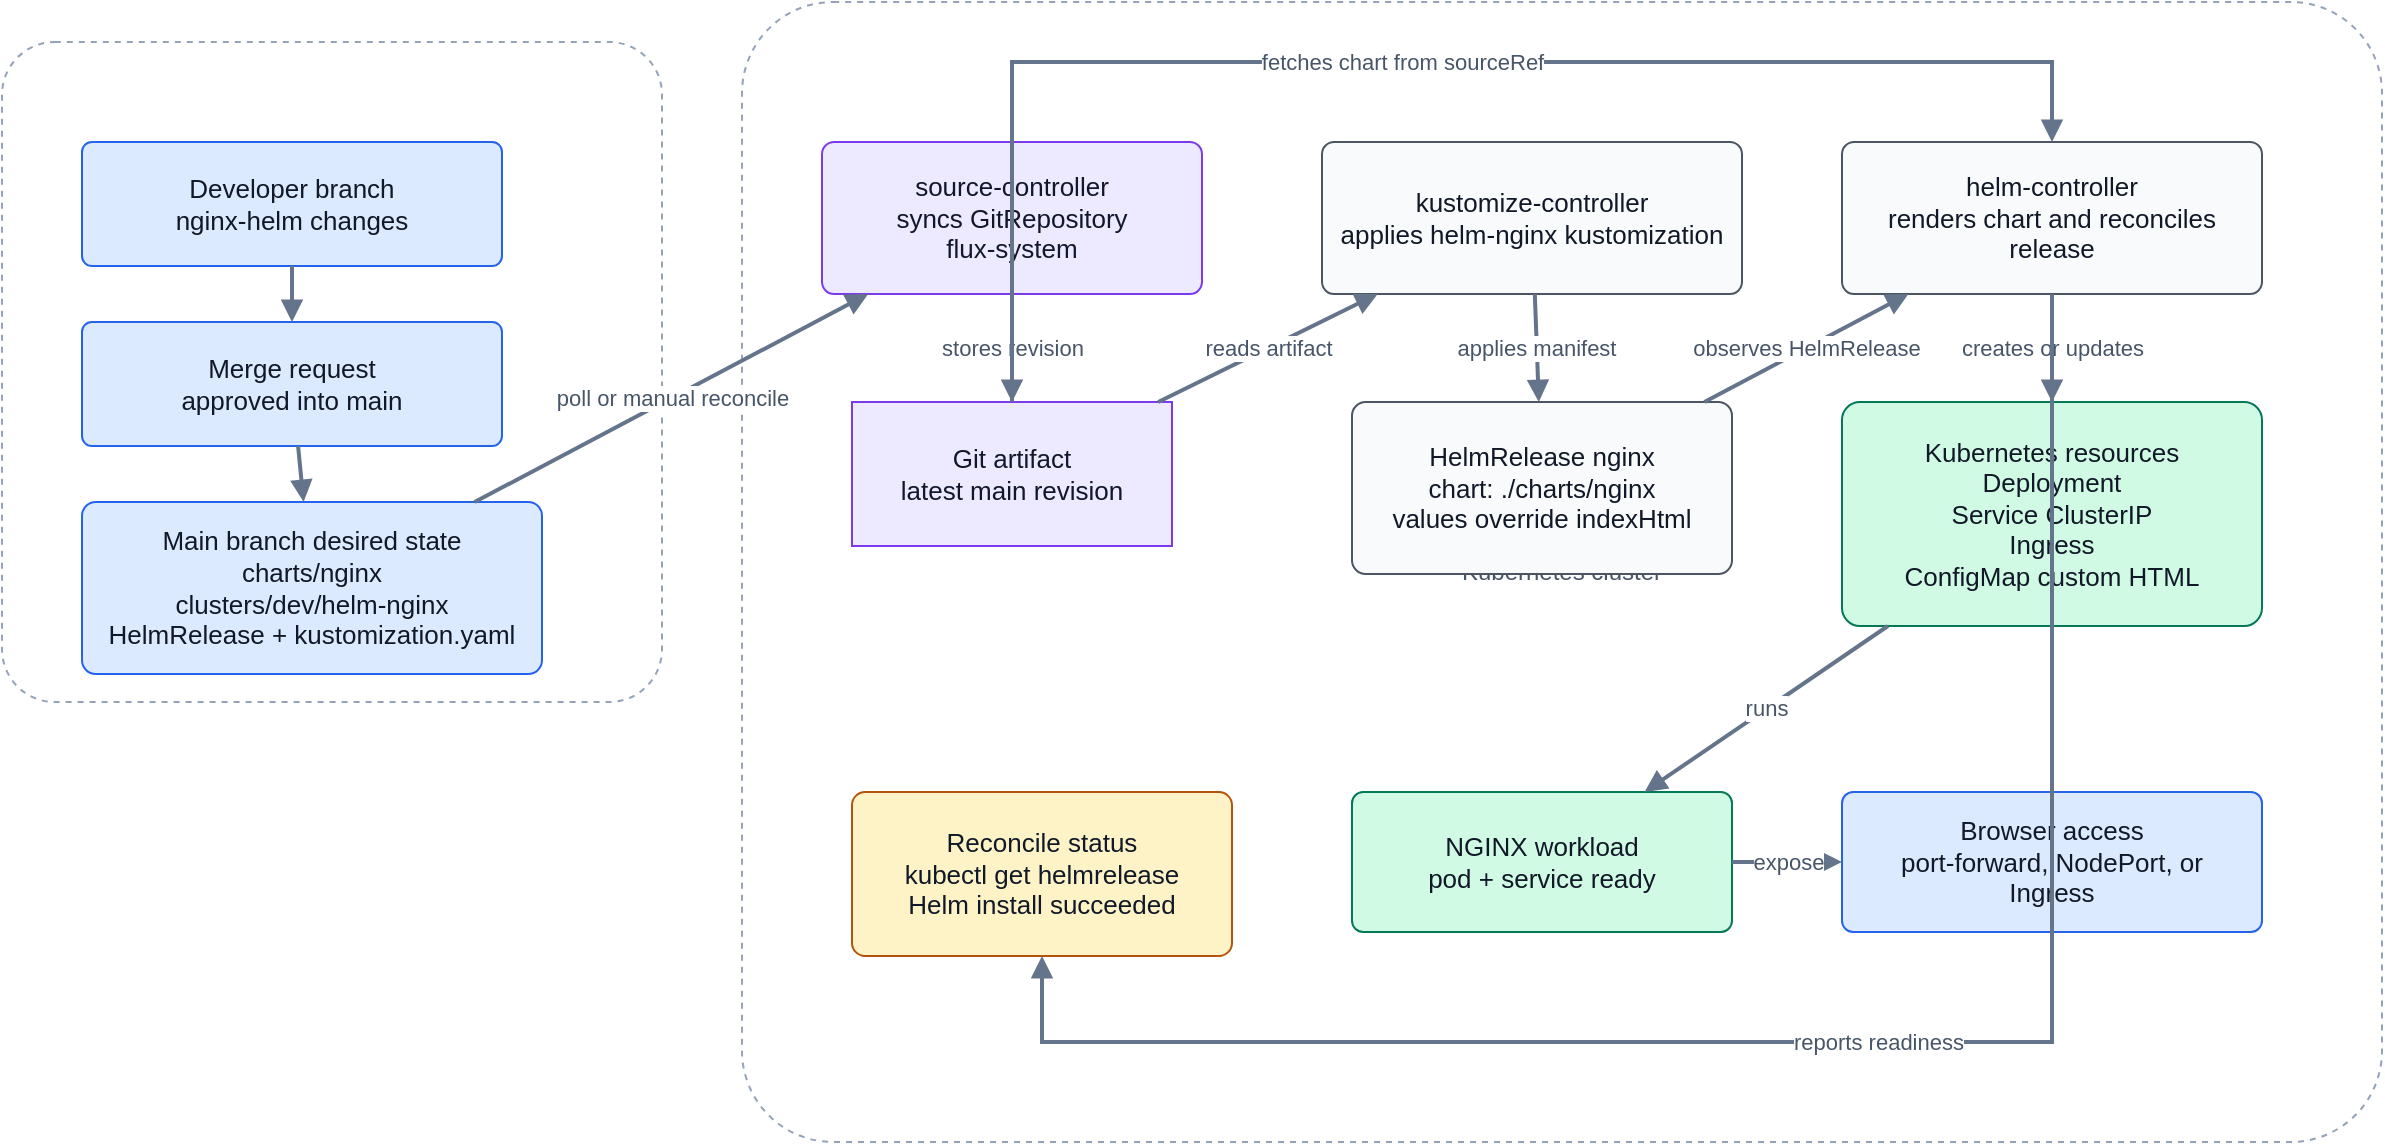
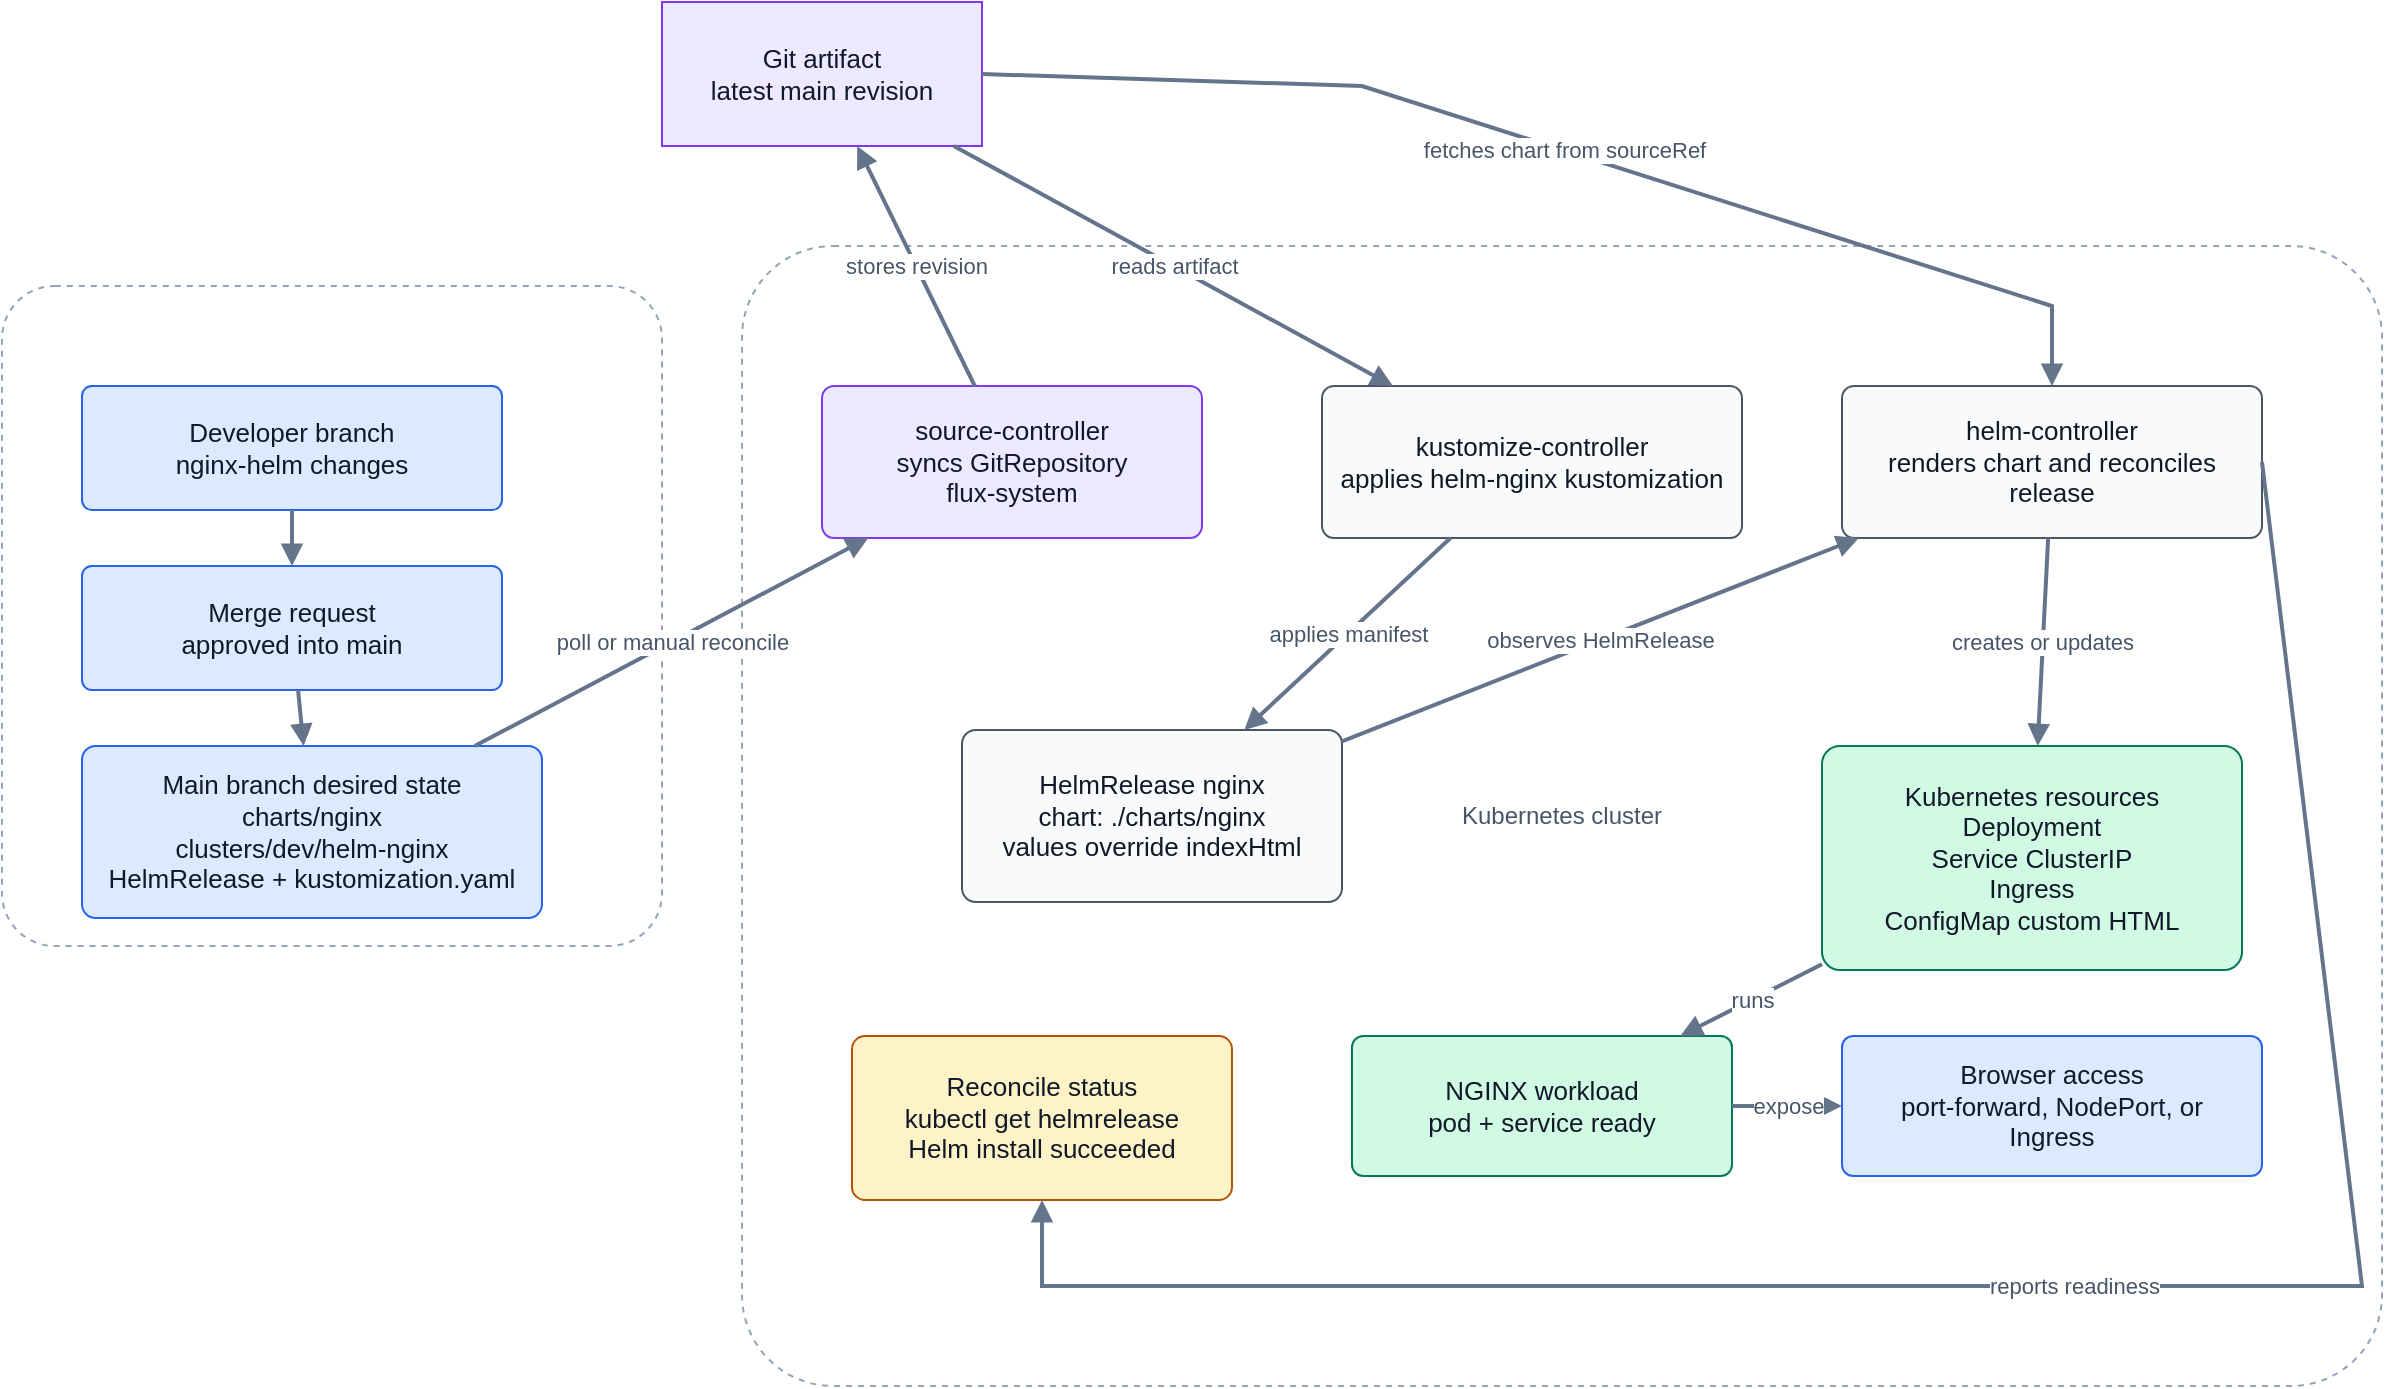
- <mxfile host="Codex" modified="2026-06-27T00:00:00Z" agent="Codex" version="24.7.17" type="device">
+ <mxfile host="Electron" agent="Mozilla/5.0 (Windows NT 10.0; Win64; x64) AppleWebKit/537.36 (KHTML, like Gecko) draw.io/29.5.2 Chrome/142.0.7444.265 Electron/39.6.1 Safari/537.36" version="29.5.2">
  <diagram id="project-nginx-flux-helm-gitops" name="NGINX Deployment using Flux and Helm">
-     <mxGraphModel dx="1422" dy="794" grid="1" gridSize="10" guides="1" tooltips="1" connect="1" arrows="1" fold="1" page="1" pageScale="1" pageWidth="1260" pageHeight="700" math="0" shadow="0">
+     <mxGraphModel dx="1309" dy="1466" grid="1" gridSize="10" guides="1" tooltips="1" connect="1" arrows="1" fold="1" page="1" pageScale="1" pageWidth="1260" pageHeight="700" math="0" shadow="0">
      <root>
-         <mxCell id="0"/>
-         <mxCell id="1" parent="0"/>
-         <mxCell id="group-git" value="Git repository" style="rounded=1;whiteSpace=wrap;html=1;arcSize=8;strokeColor=#94a3b8;fillColor=none;dashed=1;fontColor=#475569;fontSize=12;spacing=8;" vertex="1" parent="1">
-           <mxGeometry x="30" y="70" width="330" height="330" as="geometry"/>
+         <mxCell id="0" />
+         <mxCell id="1" parent="0" />
+         <mxCell id="group-git" parent="1" style="rounded=1;whiteSpace=wrap;html=1;arcSize=8;strokeColor=#94a3b8;fillColor=none;dashed=1;fontColor=#475569;fontSize=12;spacing=8;" value="Git repository" vertex="1">
+           <mxGeometry height="330" width="330" x="30" y="70" as="geometry" />
        </mxCell>
-         <mxCell id="group-cluster" value="Kubernetes cluster" style="rounded=1;whiteSpace=wrap;html=1;arcSize=8;strokeColor=#94a3b8;fillColor=none;dashed=1;fontColor=#475569;fontSize=12;spacing=8;" vertex="1" parent="1">
-           <mxGeometry x="400" y="50" width="820" height="570" as="geometry"/>
+         <mxCell id="group-cluster" parent="1" style="rounded=1;whiteSpace=wrap;html=1;arcSize=8;strokeColor=#94a3b8;fillColor=none;dashed=1;fontColor=#475569;fontSize=12;spacing=8;" value="Kubernetes cluster" vertex="1">
+           <mxGeometry height="570" width="820" x="400" y="50" as="geometry" />
        </mxCell>
-         <mxCell id="dev" value="Developer branch&lt;br&gt;nginx-helm changes" style="rounded=1;whiteSpace=wrap;html=1;arcSize=8;strokeColor=#2563eb;fillColor=#dbeafe;fontColor=#111827;fontSize=13;spacing=10;" vertex="1" parent="1">
-           <mxGeometry x="70" y="120" width="210" height="62" as="geometry"/>
+         <mxCell id="dev" parent="1" style="rounded=1;whiteSpace=wrap;html=1;arcSize=8;strokeColor=#2563eb;fillColor=#dbeafe;fontColor=#111827;fontSize=13;spacing=10;" value="Developer branch&lt;br&gt;nginx-helm changes" vertex="1">
+           <mxGeometry height="62" width="210" x="70" y="120" as="geometry" />
        </mxCell>
-         <mxCell id="mr" value="Merge request&lt;br&gt;approved into main" style="rounded=1;whiteSpace=wrap;html=1;arcSize=8;strokeColor=#2563eb;fillColor=#dbeafe;fontColor=#111827;fontSize=13;spacing=10;" vertex="1" parent="1">
-           <mxGeometry x="70" y="210" width="210" height="62" as="geometry"/>
+         <mxCell id="mr" parent="1" style="rounded=1;whiteSpace=wrap;html=1;arcSize=8;strokeColor=#2563eb;fillColor=#dbeafe;fontColor=#111827;fontSize=13;spacing=10;" value="Merge request&lt;br&gt;approved into main" vertex="1">
+           <mxGeometry height="62" width="210" x="70" y="210" as="geometry" />
        </mxCell>
-         <mxCell id="repo-files" value="Main branch desired state&lt;br&gt;charts/nginx&lt;br&gt;clusters/dev/helm-nginx&lt;br&gt;HelmRelease + kustomization.yaml" style="rounded=1;whiteSpace=wrap;html=1;arcSize=8;strokeColor=#2563eb;fillColor=#dbeafe;fontColor=#111827;fontSize=13;spacing=10;" vertex="1" parent="1">
-           <mxGeometry x="70" y="300" width="230" height="86" as="geometry"/>
+         <mxCell id="repo-files" parent="1" style="rounded=1;whiteSpace=wrap;html=1;arcSize=8;strokeColor=#2563eb;fillColor=#dbeafe;fontColor=#111827;fontSize=13;spacing=10;" value="Main branch desired state&lt;br&gt;charts/nginx&lt;br&gt;clusters/dev/helm-nginx&lt;br&gt;HelmRelease + kustomization.yaml" vertex="1">
+           <mxGeometry height="86" width="230" x="70" y="300" as="geometry" />
        </mxCell>
-         <mxCell id="source" value="source-controller&lt;br&gt;syncs GitRepository&lt;br&gt;flux-system" style="rounded=1;whiteSpace=wrap;html=1;arcSize=8;strokeColor=#7c3aed;fillColor=#ede9fe;fontColor=#111827;fontSize=13;spacing=10;" vertex="1" parent="1">
-           <mxGeometry x="440" y="120" width="190" height="76" as="geometry"/>
+         <mxCell id="source" parent="1" style="rounded=1;whiteSpace=wrap;html=1;arcSize=8;strokeColor=#7c3aed;fillColor=#ede9fe;fontColor=#111827;fontSize=13;spacing=10;" value="source-controller&lt;br&gt;syncs GitRepository&lt;br&gt;flux-system" vertex="1">
+           <mxGeometry height="76" width="190" x="440" y="120" as="geometry" />
        </mxCell>
-         <mxCell id="artifact" value="Git artifact&lt;br&gt;latest main revision" style="shape=cylinder3d;whiteSpace=wrap;html=1;boundedLbl=1;backgroundOutline=1;size=15;strokeColor=#7c3aed;fillColor=#ede9fe;fontColor=#111827;fontSize=13;spacing=10;" vertex="1" parent="1">
-           <mxGeometry x="455" y="250" width="160" height="72" as="geometry"/>
+         <mxCell id="artifact" parent="1" style="shape=cylinder3d;whiteSpace=wrap;html=1;boundedLbl=1;backgroundOutline=1;size=15;strokeColor=#7c3aed;fillColor=#ede9fe;fontColor=#111827;fontSize=13;spacing=10;" value="Git artifact&lt;br&gt;latest main revision" vertex="1">
+           <mxGeometry height="72" width="160" x="360" y="-72" as="geometry" />
        </mxCell>
-         <mxCell id="kustomize" value="kustomize-controller&lt;br&gt;applies helm-nginx kustomization" style="rounded=1;whiteSpace=wrap;html=1;arcSize=8;strokeColor=#4b5563;fillColor=#f8fafc;fontColor=#111827;fontSize=13;spacing=10;" vertex="1" parent="1">
-           <mxGeometry x="690" y="120" width="210" height="76" as="geometry"/>
+         <mxCell id="kustomize" parent="1" style="rounded=1;whiteSpace=wrap;html=1;arcSize=8;strokeColor=#4b5563;fillColor=#f8fafc;fontColor=#111827;fontSize=13;spacing=10;" value="kustomize-controller&lt;br&gt;applies helm-nginx kustomization" vertex="1">
+           <mxGeometry height="76" width="210" x="690" y="120" as="geometry" />
        </mxCell>
-         <mxCell id="helmrelease" value="HelmRelease nginx&lt;br&gt;chart: ./charts/nginx&lt;br&gt;values override indexHtml" style="rounded=1;whiteSpace=wrap;html=1;arcSize=8;strokeColor=#4b5563;fillColor=#f8fafc;fontColor=#111827;fontSize=13;spacing=10;" vertex="1" parent="1">
-           <mxGeometry x="705" y="250" width="190" height="86" as="geometry"/>
+         <mxCell id="helmrelease" parent="1" style="rounded=1;whiteSpace=wrap;html=1;arcSize=8;strokeColor=#4b5563;fillColor=#f8fafc;fontColor=#111827;fontSize=13;spacing=10;" value="HelmRelease nginx&lt;br&gt;chart: ./charts/nginx&lt;br&gt;values override indexHtml" vertex="1">
+           <mxGeometry height="86" width="190" x="510" y="292" as="geometry" />
        </mxCell>
-         <mxCell id="helm" value="helm-controller&lt;br&gt;renders chart and reconciles release" style="rounded=1;whiteSpace=wrap;html=1;arcSize=8;strokeColor=#4b5563;fillColor=#f8fafc;fontColor=#111827;fontSize=13;spacing=10;" vertex="1" parent="1">
-           <mxGeometry x="950" y="120" width="210" height="76" as="geometry"/>
+         <mxCell id="helm" parent="1" style="rounded=1;whiteSpace=wrap;html=1;arcSize=8;strokeColor=#4b5563;fillColor=#f8fafc;fontColor=#111827;fontSize=13;spacing=10;" value="helm-controller&lt;br&gt;renders chart and reconciles release" vertex="1">
+           <mxGeometry height="76" width="210" x="950" y="120" as="geometry" />
        </mxCell>
-         <mxCell id="resources" value="Kubernetes resources&lt;br&gt;Deployment&lt;br&gt;Service ClusterIP&lt;br&gt;Ingress&lt;br&gt;ConfigMap custom HTML" style="rounded=1;whiteSpace=wrap;html=1;arcSize=8;strokeColor=#047857;fillColor=#d1fae5;fontColor=#111827;fontSize=13;spacing=10;" vertex="1" parent="1">
-           <mxGeometry x="950" y="250" width="210" height="112" as="geometry"/>
+         <mxCell id="resources" parent="1" style="rounded=1;whiteSpace=wrap;html=1;arcSize=8;strokeColor=#047857;fillColor=#d1fae5;fontColor=#111827;fontSize=13;spacing=10;" value="Kubernetes resources&lt;br&gt;Deployment&lt;br&gt;Service ClusterIP&lt;br&gt;Ingress&lt;br&gt;ConfigMap custom HTML" vertex="1">
+           <mxGeometry height="112" width="210" x="940" y="300" as="geometry" />
        </mxCell>
-         <mxCell id="nginx" value="NGINX workload&lt;br&gt;pod + service ready" style="rounded=1;whiteSpace=wrap;html=1;arcSize=8;strokeColor=#047857;fillColor=#d1fae5;fontColor=#111827;fontSize=13;spacing=10;" vertex="1" parent="1">
-           <mxGeometry x="705" y="445" width="190" height="70" as="geometry"/>
+         <mxCell id="nginx" parent="1" style="rounded=1;whiteSpace=wrap;html=1;arcSize=8;strokeColor=#047857;fillColor=#d1fae5;fontColor=#111827;fontSize=13;spacing=10;" value="NGINX workload&lt;br&gt;pod + service ready" vertex="1">
+           <mxGeometry height="70" width="190" x="705" y="445" as="geometry" />
        </mxCell>
-         <mxCell id="access" value="Browser access&lt;br&gt;port-forward, NodePort, or Ingress" style="rounded=1;whiteSpace=wrap;html=1;arcSize=8;strokeColor=#2563eb;fillColor=#dbeafe;fontColor=#111827;fontSize=13;spacing=10;" vertex="1" parent="1">
-           <mxGeometry x="950" y="445" width="210" height="70" as="geometry"/>
+         <mxCell id="access" parent="1" style="rounded=1;whiteSpace=wrap;html=1;arcSize=8;strokeColor=#2563eb;fillColor=#dbeafe;fontColor=#111827;fontSize=13;spacing=10;" value="Browser access&lt;br&gt;port-forward, NodePort, or Ingress" vertex="1">
+           <mxGeometry height="70" width="210" x="950" y="445" as="geometry" />
        </mxCell>
-         <mxCell id="status" value="Reconcile status&lt;br&gt;kubectl get helmrelease&lt;br&gt;Helm install succeeded" style="rounded=1;whiteSpace=wrap;html=1;arcSize=8;strokeColor=#b45309;fillColor=#fef3c7;fontColor=#111827;fontSize=13;spacing=10;" vertex="1" parent="1">
-           <mxGeometry x="455" y="445" width="190" height="82" as="geometry"/>
+         <mxCell id="status" parent="1" style="rounded=1;whiteSpace=wrap;html=1;arcSize=8;strokeColor=#b45309;fillColor=#fef3c7;fontColor=#111827;fontSize=13;spacing=10;" value="Reconcile status&lt;br&gt;kubectl get helmrelease&lt;br&gt;Helm install succeeded" vertex="1">
+           <mxGeometry height="82" width="190" x="455" y="445" as="geometry" />
        </mxCell>
-         <mxCell id="e1" value="" style="endArrow=block;html=1;rounded=0;strokeWidth=2;strokeColor=#64748b;fontColor=#475569;fontSize=11;" edge="1" parent="1" source="dev" target="mr">
-           <mxGeometry relative="1" as="geometry"/>
+         <mxCell id="e1" edge="1" parent="1" source="dev" style="endArrow=block;html=1;rounded=0;strokeWidth=2;strokeColor=#64748b;fontColor=#475569;fontSize=11;" target="mr" value="">
+           <mxGeometry relative="1" as="geometry" />
        </mxCell>
-         <mxCell id="e2" value="" style="endArrow=block;html=1;rounded=0;strokeWidth=2;strokeColor=#64748b;fontColor=#475569;fontSize=11;" edge="1" parent="1" source="mr" target="repo-files">
-           <mxGeometry relative="1" as="geometry"/>
+         <mxCell id="e2" edge="1" parent="1" source="mr" style="endArrow=block;html=1;rounded=0;strokeWidth=2;strokeColor=#64748b;fontColor=#475569;fontSize=11;" target="repo-files" value="">
+           <mxGeometry relative="1" as="geometry" />
        </mxCell>
-         <mxCell id="e3" value="poll or manual reconcile" style="endArrow=block;html=1;rounded=0;strokeWidth=2;strokeColor=#64748b;fontColor=#475569;fontSize=11;" edge="1" parent="1" source="repo-files" target="source">
-           <mxGeometry relative="1" as="geometry"/>
+         <mxCell id="e3" edge="1" parent="1" source="repo-files" style="endArrow=block;html=1;rounded=0;strokeWidth=2;strokeColor=#64748b;fontColor=#475569;fontSize=11;" target="source" value="poll or manual reconcile">
+           <mxGeometry relative="1" as="geometry" />
        </mxCell>
-         <mxCell id="e4" value="stores revision" style="endArrow=block;html=1;rounded=0;strokeWidth=2;strokeColor=#64748b;fontColor=#475569;fontSize=11;" edge="1" parent="1" source="source" target="artifact">
-           <mxGeometry relative="1" as="geometry"/>
+         <mxCell id="e4" edge="1" parent="1" source="source" style="endArrow=block;html=1;rounded=0;strokeWidth=2;strokeColor=#64748b;fontColor=#475569;fontSize=11;" target="artifact" value="stores revision">
+           <mxGeometry relative="1" as="geometry" />
        </mxCell>
-         <mxCell id="e5" value="reads artifact" style="endArrow=block;html=1;rounded=0;strokeWidth=2;strokeColor=#64748b;fontColor=#475569;fontSize=11;" edge="1" parent="1" source="artifact" target="kustomize">
-           <mxGeometry relative="1" as="geometry"/>
+         <mxCell id="e5" edge="1" parent="1" source="artifact" style="endArrow=block;html=1;rounded=0;strokeWidth=2;strokeColor=#64748b;fontColor=#475569;fontSize=11;" target="kustomize" value="reads artifact">
+           <mxGeometry relative="1" as="geometry" />
        </mxCell>
-         <mxCell id="e6" value="applies manifest" style="endArrow=block;html=1;rounded=0;strokeWidth=2;strokeColor=#64748b;fontColor=#475569;fontSize=11;" edge="1" parent="1" source="kustomize" target="helmrelease">
-           <mxGeometry relative="1" as="geometry"/>
+         <mxCell id="e6" edge="1" parent="1" source="kustomize" style="endArrow=block;html=1;rounded=0;strokeWidth=2;strokeColor=#64748b;fontColor=#475569;fontSize=11;" target="helmrelease" value="applies manifest">
+           <mxGeometry relative="1" as="geometry" />
        </mxCell>
-         <mxCell id="e7" value="observes HelmRelease" style="endArrow=block;html=1;rounded=0;strokeWidth=2;strokeColor=#64748b;fontColor=#475569;fontSize=11;" edge="1" parent="1" source="helmrelease" target="helm">
-           <mxGeometry relative="1" as="geometry"/>
+         <mxCell id="e7" edge="1" parent="1" source="helmrelease" style="endArrow=block;html=1;rounded=0;strokeWidth=2;strokeColor=#64748b;fontColor=#475569;fontSize=11;" target="helm" value="observes HelmRelease">
+           <mxGeometry relative="1" as="geometry" />
        </mxCell>
-         <mxCell id="e8" value="fetches chart from sourceRef" style="endArrow=block;html=1;rounded=0;strokeWidth=2;strokeColor=#64748b;fontColor=#475569;fontSize=11;" edge="1" parent="1" source="artifact" target="helm">
+         <mxCell id="e8" edge="1" parent="1" source="artifact" style="endArrow=block;html=1;rounded=0;strokeWidth=2;strokeColor=#64748b;fontColor=#475569;fontSize=11;exitX=1;exitY=0.5;exitDx=0;exitDy=0;" target="helm" value="fetches chart from sourceRef">
          <mxGeometry relative="1" as="geometry">
            <Array as="points">
-               <mxPoint x="535" y="80"/>
-               <mxPoint x="1055" y="80"/>
+               <mxPoint x="710" y="-30" />
+               <mxPoint x="1055" y="80" />
            </Array>
          </mxGeometry>
        </mxCell>
-         <mxCell id="e9" value="creates or updates" style="endArrow=block;html=1;rounded=0;strokeWidth=2;strokeColor=#64748b;fontColor=#475569;fontSize=11;" edge="1" parent="1" source="helm" target="resources">
-           <mxGeometry relative="1" as="geometry"/>
+         <mxCell id="e9" edge="1" parent="1" source="helm" style="endArrow=block;html=1;rounded=0;strokeWidth=2;strokeColor=#64748b;fontColor=#475569;fontSize=11;" target="resources" value="creates or updates">
+           <mxGeometry relative="1" as="geometry" />
        </mxCell>
-         <mxCell id="e10" value="runs" style="endArrow=block;html=1;rounded=0;strokeWidth=2;strokeColor=#64748b;fontColor=#475569;fontSize=11;" edge="1" parent="1" source="resources" target="nginx">
-           <mxGeometry relative="1" as="geometry"/>
+         <mxCell id="e10" edge="1" parent="1" source="resources" style="endArrow=block;html=1;rounded=0;strokeWidth=2;strokeColor=#64748b;fontColor=#475569;fontSize=11;" target="nginx" value="runs">
+           <mxGeometry relative="1" as="geometry" />
        </mxCell>
-         <mxCell id="e11" value="expose" style="endArrow=block;html=1;rounded=0;strokeWidth=2;strokeColor=#64748b;fontColor=#475569;fontSize=11;" edge="1" parent="1" source="nginx" target="access">
-           <mxGeometry relative="1" as="geometry"/>
+         <mxCell id="e11" edge="1" parent="1" source="nginx" style="endArrow=block;html=1;rounded=0;strokeWidth=2;strokeColor=#64748b;fontColor=#475569;fontSize=11;" target="access" value="expose">
+           <mxGeometry relative="1" as="geometry" />
        </mxCell>
-         <mxCell id="e12" value="reports readiness" style="endArrow=block;html=1;rounded=0;strokeWidth=2;strokeColor=#64748b;fontColor=#475569;fontSize=11;" edge="1" parent="1" source="helm" target="status">
+         <mxCell id="e12" edge="1" parent="1" source="helm" style="endArrow=block;html=1;rounded=0;strokeWidth=2;strokeColor=#64748b;fontColor=#475569;fontSize=11;exitX=1;exitY=0.5;exitDx=0;exitDy=0;" target="status" value="reports readiness">
          <mxGeometry relative="1" as="geometry">
            <Array as="points">
-               <mxPoint x="1055" y="570"/>
-               <mxPoint x="550" y="570"/>
+               <mxPoint x="1210" y="570" />
+               <mxPoint x="550" y="570" />
            </Array>
          </mxGeometry>
        </mxCell>
      </root>
    </mxGraphModel>
  </diagram>
</mxfile>
